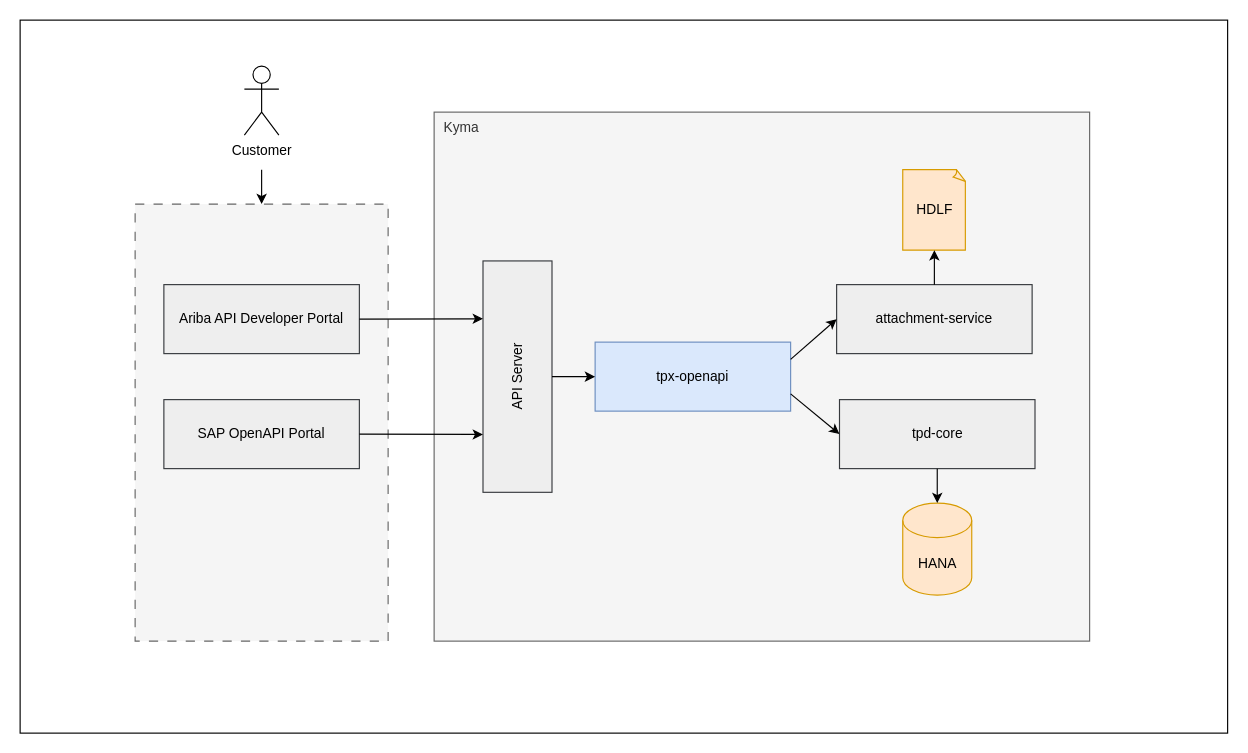
The draw.io diagram page "Page-1" (1 of 2) of certification-ng.drawio in huangshijie/Drawio, before the edit. Source tidied: cells renumbered, new cells numbered last; positions are measured from the earlier drawing's top-left corner, leaving out a move shared by most shapes. Both pictures are drawn from the tidied source at 115%, with x=0, y=0 at pixel (20, 20).
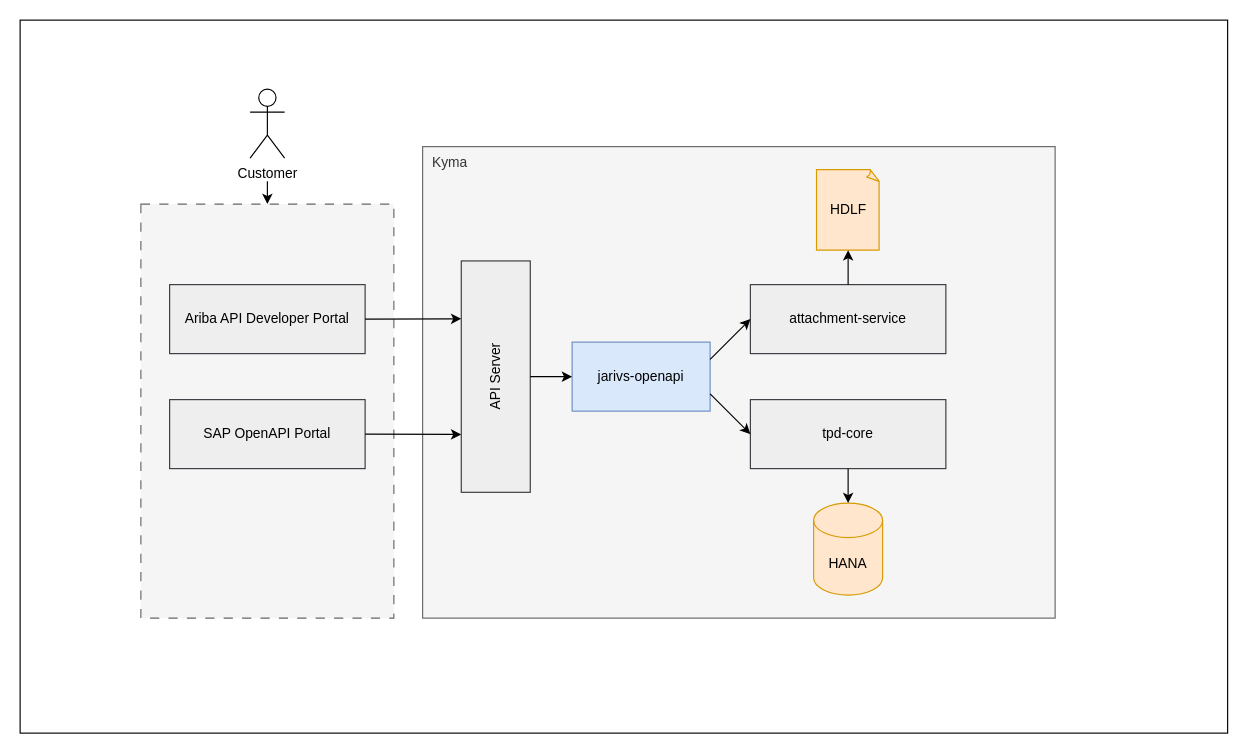
The same diagram, later.

The edit, as a diff of the source:
```diff
@@
     <mxCell id="3" style="rounded=0;whiteSpace=wrap;html=1;fillColor=#f5f5f5;fontColor=#333333;strokeColor=#666666;dashed=1;dashPattern=8 8;" parent="1" vertex="1">
-      <mxGeometry x="100" y="160" width="220" height="380" as="geometry" />
+      <mxGeometry x="105" y="160" width="220" height="360" as="geometry" />
     </mxCell>
     <mxCell id="4" value="&amp;nbsp; Kyma" style="rounded=0;whiteSpace=wrap;html=1;fillColor=#f5f5f5;fontColor=#333333;strokeColor=#666666;align=left;verticalAlign=top;" parent="1" vertex="1">
-      <mxGeometry x="360" y="80" width="570" height="460" as="geometry" />
+      <mxGeometry x="350" y="110" width="550" height="410" as="geometry" />
     </mxCell>
     <mxCell id="5" value="Ariba API Developer Portal" style="rounded=0;whiteSpace=wrap;html=1;fillColor=#eeeeee;strokeColor=#36393d;" parent="1" vertex="1">
-      <mxGeometry x="125" y="230" width="170" height="60" as="geometry" />
+      <mxGeometry x="130" y="230" width="170" height="60" as="geometry" />
     </mxCell>
     <mxCell id="6" value="API Server" style="rounded=0;whiteSpace=wrap;html=1;fillColor=#eeeeee;strokeColor=#36393d;rotation=-90;" parent="1" vertex="1">
-      <mxGeometry x="331.9" y="280" width="201.2" height="60" as="geometry" />
+      <mxGeometry x="313" y="280" width="201.2" height="60" as="geometry" />
     </mxCell>
     <mxCell id="7" value="tpd-core" style="rounded=0;whiteSpace=wrap;html=1;fillColor=#eeeeee;strokeColor=#36393d;" parent="1" vertex="1">
-      <mxGeometry x="712.5" y="330" width="170" height="60" as="geometry" />
+      <mxGeometry x="635" y="330" width="170" height="60" as="geometry" />
     </mxCell>
     <mxCell id="8" value="HANA" style="shape=cylinder3;whiteSpace=wrap;html=1;boundedLbl=1;backgroundOutline=1;size=15;fillColor=#ffe6cc;strokeColor=#d79b00;" parent="1" vertex="1">
-      <mxGeometry x="767.5" y="420" width="60" height="80" as="geometry" />
+      <mxGeometry x="690" y="420" width="60" height="80" as="geometry" />
     </mxCell>
     <mxCell id="9" value="Customer" style="shape=umlActor;verticalLabelPosition=bottom;verticalAlign=top;html=1;" parent="1" vertex="1">
-      <mxGeometry x="195" y="40" width="30" height="60" as="geometry" />
+      <mxGeometry x="200" y="60" width="30" height="60" as="geometry" />
     </mxCell>
     <mxCell id="10" value="SAP OpenAPI Portal" style="rounded=0;whiteSpace=wrap;html=1;fillColor=#eeeeee;strokeColor=#36393d;" parent="1" vertex="1">
-      <mxGeometry x="125" y="330" width="170" height="60" as="geometry" />
+      <mxGeometry x="130" y="330" width="170" height="60" as="geometry" />
     </mxCell>
     <mxCell id="11" value="attachment-service" style="rounded=0;whiteSpace=wrap;html=1;fillColor=#eeeeee;strokeColor=#36393d;" parent="1" vertex="1">
-      <mxGeometry x="710" y="230" width="170" height="60" as="geometry" />
+      <mxGeometry x="635" y="230" width="170" height="60" as="geometry" />
     </mxCell>
-    <mxCell id="12" value="tpx-openapi" style="rounded=0;whiteSpace=wrap;html=1;fillColor=#dae8fc;strokeColor=#6c8ebf;rotation=0;" parent="1" vertex="1">
-      <mxGeometry x="500" y="280" width="170" height="60" as="geometry" />
+    <mxCell id="12" value="jarivs-openapi" style="rounded=0;whiteSpace=wrap;html=1;fillColor=#dae8fc;strokeColor=#6c8ebf;rotation=0;" parent="1" vertex="1">
+      <mxGeometry x="480" y="280" width="120" height="60" as="geometry" />
     </mxCell>
     <mxCell id="13" value="HDLF" style="whiteSpace=wrap;html=1;shape=mxgraph.basic.document;fillColor=#ffe6cc;strokeColor=#d79b00;" parent="1" vertex="1">
-      <mxGeometry x="767.5" y="130" width="55" height="70" as="geometry" />
+      <mxGeometry x="692.5" y="130" width="55" height="70" as="geometry" />
     </mxCell>
@@
     <mxCell id="21" style="endArrow=classic;html=1;rounded=0;entryX=0.5;entryY=0;entryDx=0;entryDy=0;" parent="1" edge="1" target="3">
       <mxGeometry relative="1" as="geometry">
-        <mxPoint x="210" y="130" as="sourcePoint" />
+        <mxPoint x="215" y="140" as="sourcePoint" />
       </mxGeometry>
     </mxCell>
```
